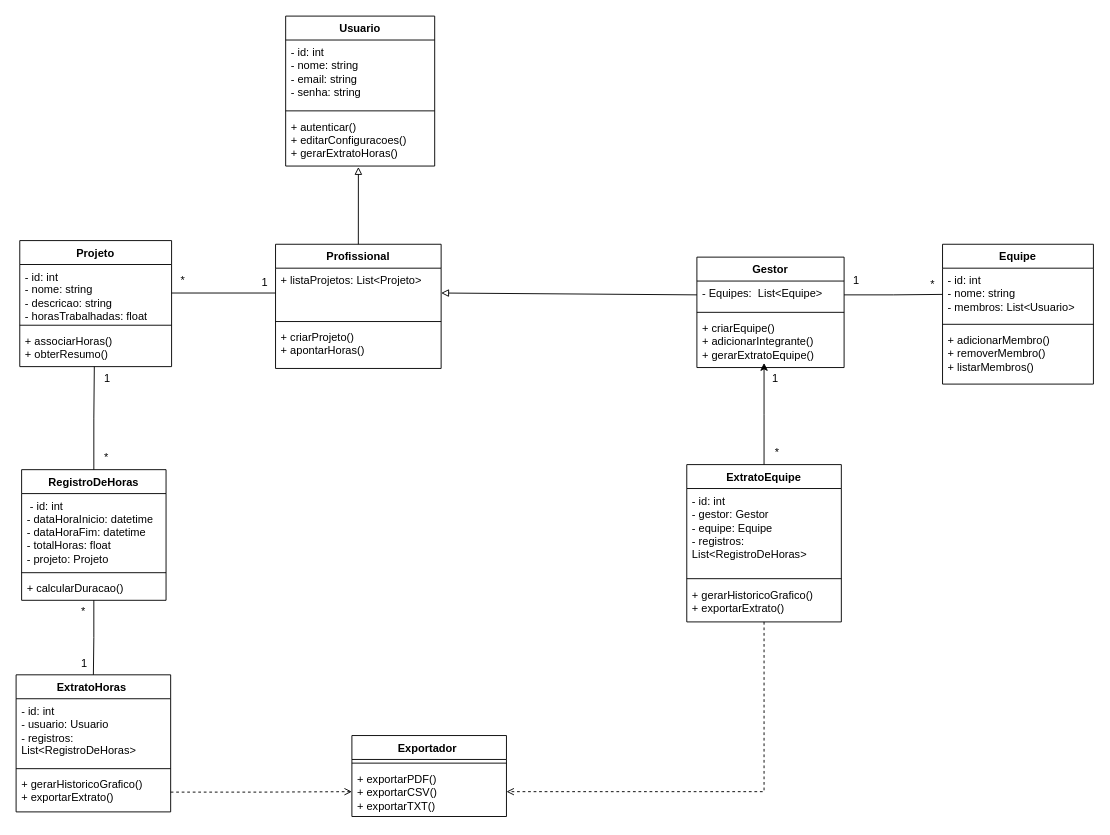
The draw.io diagram YourTime - DiagramaDeClasse.drawio in ManelGB/YourTime, before the edit. Source tidied: cells renumbered, new cells numbered last; positions are measured from the earlier drawing's top-left corner, leaving out a move shared by most shapes. Both pictures are drawn from the tidied source at 92%, with x=0, y=0 at pixel (16, 16).
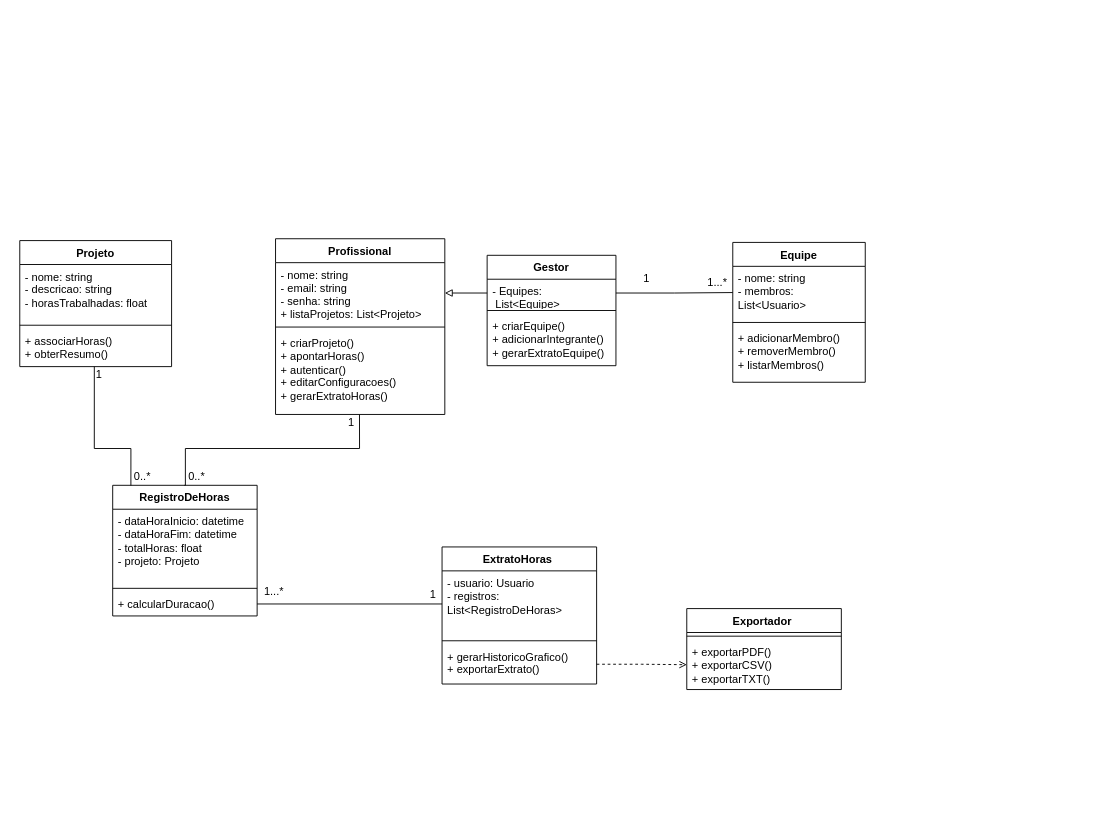
The same page after the edit.

Unchanged cells that the change refers to:
```xml
<mxCell id="15" value="Projeto" style="swimlane;fontStyle=1;align=center;verticalAlign=top;horizontal=1;startSize=26;whiteSpace=wrap;html=1;" parent="1" vertex="1">
  <mxGeometry x="4" y="244" width="165" height="137" as="geometry" />
</mxCell>
<mxCell id="18" value="&lt;div&gt;+ associarHoras()&lt;/div&gt;&lt;div&gt;+ obterResumo()&lt;/div&gt;" style="text;strokeColor=none;fillColor=none;align=left;verticalAlign=top;spacingLeft=4;spacingRight=4;overflow=hidden;points=[[0,0.5],[1,0.5]];portConstraint=eastwest;whiteSpace=wrap;html=1;" parent="15" vertex="1">
  <mxGeometry y="96" width="165" height="41" as="geometry" />
</mxCell>
<mxCell id="23" value="+ calcularDuracao()" style="text;strokeColor=none;fillColor=none;align=left;verticalAlign=top;spacingLeft=4;spacingRight=4;overflow=hidden;points=[[0,0.5],[1,0.5]];portConstraint=eastwest;whiteSpace=wrap;html=1;" parent="20" vertex="1">
  <mxGeometry y="116" width="157" height="26" as="geometry" />
</mxCell>
<mxCell id="31" value="&lt;div&gt;+ exportarPDF()&lt;/div&gt;&lt;div&gt;+ exportarCSV()&lt;/div&gt;&lt;div&gt;+ exportarTXT()&lt;/div&gt;" style="text;strokeColor=none;fillColor=none;align=left;verticalAlign=top;spacingLeft=4;spacingRight=4;overflow=hidden;points=[[0,0.5],[1,0.5]];portConstraint=eastwest;whiteSpace=wrap;html=1;" parent="29" vertex="1">
  <mxGeometry y="34" width="168" height="54" as="geometry" />
</mxCell>
```

Diff of the diagram source:
```diff
@@
-    <mxCell id="2" value="Usuario" style="swimlane;fontStyle=1;align=center;verticalAlign=top;horizontal=1;startSize=26;whiteSpace=wrap;html=1;" parent="1" vertex="1">
-      <mxGeometry x="293" width="162" height="163" as="geometry" />
-    </mxCell>
-    <mxCell id="3" value="&lt;div&gt;&lt;div&gt;- id: int&lt;/div&gt;&lt;div&gt;- nome: string&lt;/div&gt;&lt;div&gt;- email: string&lt;/div&gt;&lt;div&gt;- senha: string&lt;/div&gt;&lt;/div&gt;" style="text;strokeColor=none;fillColor=none;align=left;verticalAlign=top;spacingLeft=4;spacingRight=4;overflow=hidden;whiteSpace=wrap;html=1;" parent="2" vertex="1">
-      <mxGeometry y="26" width="162" height="73" as="geometry" />
-    </mxCell>
-    <mxCell id="4" style="line;strokeWidth=1;fillColor=none;align=left;verticalAlign=middle;spacingTop=-1;spacingLeft=3;spacingRight=3;labelPosition=right;strokeColor=inherit;" parent="2" vertex="1">
-      <mxGeometry y="99" width="162" height="8" as="geometry" />
-    </mxCell>
-    <mxCell id="5" value="&lt;div&gt;+ autenticar()&lt;/div&gt;&lt;div&gt;+ editarConfiguracoes()&lt;/div&gt;&lt;div&gt;+ gerarExtratoHoras()&lt;/div&gt;" style="text;strokeColor=none;fillColor=none;align=left;verticalAlign=top;spacingLeft=4;spacingRight=4;overflow=hidden;points=[[0,0.5],[1,0.5]];portConstraint=eastwest;whiteSpace=wrap;html=1;" parent="2" vertex="1">
-      <mxGeometry y="107" width="162" height="56" as="geometry" />
-    </mxCell>
     <mxCell id="6" value="Profissional" style="swimlane;fontStyle=1;align=center;verticalAlign=top;horizontal=1;startSize=26;whiteSpace=wrap;html=1;" parent="1" vertex="1">
-      <mxGeometry x="282" y="248" width="180" height="135" as="geometry" />
+      <mxGeometry x="282" y="242" width="184" height="191" as="geometry" />
     </mxCell>
-    <mxCell id="7" value="+ listaProjetos: List&amp;lt;Projeto&amp;gt;&lt;div&gt;&lt;br&gt;&lt;/div&gt;" style="text;strokeColor=none;fillColor=none;align=left;verticalAlign=top;spacingLeft=4;spacingRight=4;overflow=hidden;points=[[0,0.5],[1,0.5]];portConstraint=eastwest;whiteSpace=wrap;html=1;" parent="6" vertex="1">
-      <mxGeometry y="26" width="180" height="54" as="geometry" />
+    <mxCell id="7" value="&lt;div&gt;&lt;div&gt;&lt;span style=&quot;background-color: transparent; color: light-dark(rgb(0, 0, 0), rgb(255, 255, 255));&quot;&gt;- nome: string&lt;/span&gt;&lt;/div&gt;&lt;div&gt;- email: string&lt;/div&gt;&lt;div&gt;- senha: string&lt;/div&gt;&lt;/div&gt;+ listaProjetos: List&amp;lt;Projeto&amp;gt;&lt;div&gt;&lt;br&gt;&lt;/div&gt;" style="text;strokeColor=none;fillColor=none;align=left;verticalAlign=top;spacingLeft=4;spacingRight=4;overflow=hidden;points=[[0,0.5],[1,0.5]];portConstraint=eastwest;whiteSpace=wrap;html=1;" parent="6" vertex="1">
+      <mxGeometry y="26" width="184" height="66" as="geometry" />
     </mxCell>
     <mxCell id="8" style="line;strokeWidth=1;fillColor=none;align=left;verticalAlign=middle;spacingTop=-1;spacingLeft=3;spacingRight=3;labelPosition=right;strokeColor=inherit;" parent="6" vertex="1">
-      <mxGeometry y="80" width="180" height="8" as="geometry" />
+      <mxGeometry y="92" width="184" height="8" as="geometry" />
     </mxCell>
-    <mxCell id="9" value="+ criarProjeto()&lt;br&gt;+ apontarHoras()" style="text;strokeColor=none;fillColor=none;align=left;verticalAlign=top;spacingLeft=4;spacingRight=4;overflow=hidden;points=[[0,0.5],[1,0.5]];portConstraint=eastwest;whiteSpace=wrap;html=1;" parent="6" vertex="1">
-      <mxGeometry y="88" width="180" height="47" as="geometry" />
+    <mxCell id="9" value="+ criarProjeto()&lt;br&gt;+ apontarHoras()&lt;div&gt;&lt;div&gt;+ autenticar()&lt;/div&gt;&lt;div&gt;+ editarConfiguracoes()&lt;/div&gt;&lt;div&gt;+ gerarExtratoHoras()&lt;/div&gt;&lt;/div&gt;" style="text;strokeColor=none;fillColor=none;align=left;verticalAlign=top;spacingLeft=4;spacingRight=4;overflow=hidden;points=[[0,0.5],[1,0.5]];portConstraint=eastwest;whiteSpace=wrap;html=1;" parent="6" vertex="1">
+      <mxGeometry y="100" width="184" height="91" as="geometry" />
     </mxCell>
@@
     <mxCell id="11" value="Gestor" style="swimlane;fontStyle=1;align=center;verticalAlign=top;horizontal=1;startSize=26;whiteSpace=wrap;html=1;" parent="1" vertex="1">
-      <mxGeometry x="740" y="262" width="160" height="120" as="geometry" />
+      <mxGeometry x="512" y="260" width="140" height="120" as="geometry" />
     </mxCell>
     <mxCell id="12" value="- Equipes: &amp;nbsp;List&amp;lt;Equipe&amp;gt;&lt;div&gt;&lt;br&gt;&lt;/div&gt;" style="text;strokeColor=none;fillColor=none;align=left;verticalAlign=top;spacingLeft=4;spacingRight=4;overflow=hidden;points=[[0,0.5],[1,0.5]];portConstraint=eastwest;whiteSpace=wrap;html=1;" parent="11" vertex="1">
-      <mxGeometry y="26" width="160" height="30" as="geometry" />
+      <mxGeometry y="26" width="140" height="30" as="geometry" />
     </mxCell>
     <mxCell id="13" style="line;strokeWidth=1;fillColor=none;align=left;verticalAlign=middle;spacingTop=-1;spacingLeft=3;spacingRight=3;labelPosition=right;strokeColor=inherit;" parent="11" vertex="1">
-      <mxGeometry y="56" width="160" height="8" as="geometry" />
+      <mxGeometry y="56" width="140" height="8" as="geometry" />
     </mxCell>
     <mxCell id="14" value="&lt;div&gt;+ criarEquipe()&lt;/div&gt;&lt;div&gt;+ adicionarIntegrante()&lt;/div&gt;&lt;div&gt;+ gerarExtratoEquipe()&lt;/div&gt;" style="text;strokeColor=none;fillColor=none;align=left;verticalAlign=top;spacingLeft=4;spacingRight=4;overflow=hidden;whiteSpace=wrap;html=1;" parent="11" vertex="1">
-      <mxGeometry y="64" width="160" height="56" as="geometry" />
+      <mxGeometry y="64" width="140" height="56" as="geometry" />
     </mxCell>
@@
-    <mxCell id="16" value="&lt;div&gt;&lt;div&gt;- id: int&lt;/div&gt;&lt;div&gt;- nome: string&lt;/div&gt;&lt;div&gt;- descricao: string&lt;/div&gt;&lt;div&gt;- horasTrabalhadas: float&lt;/div&gt;&lt;/div&gt;" style="text;strokeColor=none;fillColor=none;align=left;verticalAlign=top;spacingLeft=4;spacingRight=4;overflow=hidden;points=[[0,0.5],[1,0.5]];portConstraint=eastwest;whiteSpace=wrap;html=1;" parent="15" vertex="1">
+    <mxCell id="16" value="&lt;div&gt;&lt;span style=&quot;background-color: transparent; color: light-dark(rgb(0, 0, 0), rgb(255, 255, 255));&quot;&gt;- nome: string&lt;/span&gt;&lt;/div&gt;&lt;div&gt;- descricao: string&lt;/div&gt;&lt;div&gt;- horasTrabalhadas: float&lt;br&gt;&lt;/div&gt;" style="text;strokeColor=none;fillColor=none;align=left;verticalAlign=top;spacingLeft=4;spacingRight=4;overflow=hidden;points=[[0,0.5],[1,0.5]];portConstraint=eastwest;whiteSpace=wrap;html=1;" parent="15" vertex="1">
       <mxGeometry y="26" width="165" height="62" as="geometry" />
     </mxCell>
@@
-    <mxCell id="19" style="rounded=0;jettySize=auto;html=1;exitX=0.5;exitY=0;exitDx=0;exitDy=0;entryX=0.488;entryY=1.018;entryDx=0;entryDy=0;entryPerimeter=0;endArrow=block;endFill=0;" parent="1" edge="1" source="6" target="5">
-      <mxGeometry relative="1" as="geometry" />
-    </mxCell>
     <mxCell id="20" value="RegistroDeHoras" style="swimlane;fontStyle=1;align=center;verticalAlign=top;horizontal=1;startSize=26;whiteSpace=wrap;html=1;" parent="1" vertex="1">
-      <mxGeometry x="6" y="493" width="157" height="142" as="geometry" />
+      <mxGeometry x="105" y="510" width="157" height="142" as="geometry" />
     </mxCell>
-    <mxCell id="21" value="&lt;div&gt;&amp;nbsp;- id: int&lt;/div&gt;&lt;div&gt;- dataHoraInicio: datetime&lt;/div&gt;&lt;div&gt;- dataHoraFim: datetime&lt;/div&gt;&lt;div&gt;- totalHoras: float&lt;/div&gt;&lt;div&gt;- projeto: Projeto&lt;/div&gt;" style="text;strokeColor=none;fillColor=none;align=left;verticalAlign=top;spacingLeft=4;spacingRight=4;overflow=hidden;whiteSpace=wrap;html=1;" parent="20" vertex="1">
+    <mxCell id="21" value="&lt;div&gt;&lt;span style=&quot;background-color: transparent; color: light-dark(rgb(0, 0, 0), rgb(255, 255, 255));&quot;&gt;- dataHoraInicio: datetime&lt;/span&gt;&lt;/div&gt;&lt;div&gt;- dataHoraFim: datetime&lt;/div&gt;&lt;div&gt;- totalHoras: float&lt;/div&gt;&lt;div&gt;- projeto: Projeto&lt;/div&gt;" style="text;strokeColor=none;fillColor=none;align=left;verticalAlign=top;spacingLeft=4;spacingRight=4;overflow=hidden;whiteSpace=wrap;html=1;" parent="20" vertex="1">
       <mxGeometry y="26" width="157" height="82" as="geometry" />
     </mxCell>
@@
     <mxCell id="24" value="ExtratoHoras&amp;nbsp;" style="swimlane;fontStyle=1;align=center;verticalAlign=top;horizontal=1;startSize=26;whiteSpace=wrap;html=1;" parent="1" vertex="1">
-      <mxGeometry y="716" width="168" height="149" as="geometry" />
+      <mxGeometry x="463" y="577" width="168" height="149" as="geometry" />
     </mxCell>
-    <mxCell id="25" value="&lt;div&gt;- id: int&lt;/div&gt;&lt;div&gt;- usuario: Usuario&lt;/div&gt;&lt;div&gt;- registros: List&amp;lt;RegistroDeHoras&amp;gt;&lt;/div&gt;" style="text;strokeColor=none;fillColor=none;align=left;verticalAlign=top;spacingLeft=4;spacingRight=4;overflow=hidden;points=[[0,0.5],[1,0.5]];portConstraint=eastwest;whiteSpace=wrap;html=1;" parent="24" vertex="1">
+    <mxCell id="25" value="&lt;div&gt;&lt;span style=&quot;background-color: transparent; color: light-dark(rgb(0, 0, 0), rgb(255, 255, 255));&quot;&gt;- usuario: Usuario&lt;/span&gt;&lt;/div&gt;&lt;div&gt;- registros: List&amp;lt;RegistroDeHoras&amp;gt;&lt;/div&gt;" style="text;strokeColor=none;fillColor=none;align=left;verticalAlign=top;spacingLeft=4;spacingRight=4;overflow=hidden;points=[[0,0.5],[1,0.5]];portConstraint=eastwest;whiteSpace=wrap;html=1;" parent="24" vertex="1">
       <mxGeometry y="26" width="168" height="72" as="geometry" />
     </mxCell>
@@
-    <mxCell id="28" style="edgeStyle=orthogonalEdgeStyle;rounded=0;jettySize=auto;html=1;exitX=1;exitY=0.5;exitDx=0;exitDy=0;entryX=0;entryY=0.5;entryDx=0;entryDy=0;endArrow=none;startFill=0;" parent="1" edge="1" source="16" target="7">
-      <mxGeometry relative="1" as="geometry" />
-    </mxCell>
     <mxCell id="29" value="Exportador&amp;nbsp;" style="swimlane;fontStyle=1;align=center;verticalAlign=top;horizontal=1;startSize=26;whiteSpace=wrap;html=1;" parent="1" vertex="1">
-      <mxGeometry x="365" y="782" width="168" height="88" as="geometry" />
+      <mxGeometry x="729" y="644" width="168" height="88" as="geometry" />
     </mxCell>
@@
-    <mxCell id="32" value="1" style="text;html=1;align=center;verticalAlign=middle;strokeColor=none;fillColor=none;" parent="1" vertex="1">
-      <mxGeometry x="257" y="277" width="25" height="26" as="geometry" />
-    </mxCell>
-    <mxCell id="33" value="*" style="text;html=1;align=center;verticalAlign=middle;strokeColor=none;fillColor=none;" parent="1" vertex="1">
-      <mxGeometry x="169" y="275" width="23" height="26" as="geometry" />
-    </mxCell>
     <mxCell id="34" value="Equipe" style="swimlane;fontStyle=1;align=center;verticalAlign=top;horizontal=1;startSize=26;whiteSpace=wrap;html=1;" parent="1" vertex="1">
-      <mxGeometry x="1007" y="248" width="164" height="152" as="geometry" />
+      <mxGeometry x="779" y="246" width="144" height="152" as="geometry" />
     </mxCell>
-    <mxCell id="35" value="&lt;div&gt;- id: int&lt;/div&gt;&lt;div&gt;- nome: string&lt;/div&gt;&lt;div&gt;- membros: List&amp;lt;Usuario&amp;gt;&lt;/div&gt;" style="text;strokeColor=none;fillColor=none;align=left;verticalAlign=top;spacingLeft=4;spacingRight=4;overflow=hidden;points=[[0,0.5],[1,0.5]];portConstraint=eastwest;whiteSpace=wrap;html=1;" parent="34" vertex="1">
-      <mxGeometry y="26" width="164" height="57" as="geometry" />
+    <mxCell id="35" value="&lt;div&gt;&lt;span style=&quot;background-color: transparent; color: light-dark(rgb(0, 0, 0), rgb(255, 255, 255));&quot;&gt;- nome: string&lt;/span&gt;&lt;/div&gt;&lt;div&gt;- membros: List&amp;lt;Usuario&amp;gt;&lt;/div&gt;" style="text;strokeColor=none;fillColor=none;align=left;verticalAlign=top;spacingLeft=4;spacingRight=4;overflow=hidden;points=[[0,0.5],[1,0.5]];portConstraint=eastwest;whiteSpace=wrap;html=1;" parent="34" vertex="1">
+      <mxGeometry y="26" width="144" height="57" as="geometry" />
     </mxCell>
     <mxCell id="36" style="line;strokeWidth=1;fillColor=none;align=left;verticalAlign=middle;spacingTop=-1;spacingLeft=3;spacingRight=3;labelPosition=right;strokeColor=inherit;" parent="34" vertex="1">
-      <mxGeometry y="83" width="164" height="8" as="geometry" />
+      <mxGeometry y="83" width="144" height="8" as="geometry" />
     </mxCell>
     <mxCell id="37" value="&lt;div&gt;+ adicionarMembro()&lt;/div&gt;&lt;div&gt;+ removerMembro()&lt;/div&gt;&lt;div&gt;+ listarMembros()&lt;/div&gt;&lt;div&gt;&lt;br&gt;&lt;/div&gt;" style="text;strokeColor=none;fillColor=none;align=left;verticalAlign=top;spacingLeft=4;spacingRight=4;overflow=hidden;whiteSpace=wrap;html=1;" parent="34" vertex="1">
-      <mxGeometry y="91" width="164" height="61" as="geometry" />
+      <mxGeometry y="91" width="144" height="61" as="geometry" />
     </mxCell>
-    <mxCell id="38" style="edgeStyle=orthogonalEdgeStyle;rounded=0;jettySize=auto;html=1;exitX=0.5;exitY=0;exitDx=0;exitDy=0;entryX=0.491;entryY=1;entryDx=0;entryDy=0;entryPerimeter=0;endArrow=none;startFill=0;" parent="1" edge="1" source="20" target="18">
-      <mxGeometry relative="1" as="geometry" />
+    <mxCell id="38" style="edgeStyle=orthogonalEdgeStyle;rounded=0;jettySize=auto;html=1;exitX=0.126;exitY=0.002;exitDx=0;exitDy=0;entryX=0.491;entryY=1;entryDx=0;entryDy=0;entryPerimeter=0;endArrow=none;startFill=0;exitPerimeter=0;" parent="1" edge="1" source="20" target="18">
+      <mxGeometry relative="1" as="geometry">
+        <Array as="points">
+          <mxPoint x="125" y="470" />
+          <mxPoint x="85" y="470" />
+        </Array>
+      </mxGeometry>
     </mxCell>
-    <mxCell id="39" value="1" style="text;html=1;align=center;verticalAlign=middle;strokeColor=none;fillColor=none;" parent="1" vertex="1">
-      <mxGeometry x="86" y="381" width="25" height="26" as="geometry" />
+    <mxCell id="39" value="0..*" style="text;html=1;align=center;verticalAlign=middle;strokeColor=none;fillColor=none;" parent="1" vertex="1">
+      <mxGeometry x="119" y="487.5" width="36" height="26" as="geometry" />
     </mxCell>
-    <mxCell id="40" value="*" style="text;html=1;align=center;verticalAlign=middle;strokeColor=none;fillColor=none;" parent="1" vertex="1">
-      <mxGeometry x="86" y="467" width="23" height="26" as="geometry" />
-    </mxCell>
@@
     <mxCell id="42" value="1" style="text;html=1;align=center;verticalAlign=middle;strokeColor=none;fillColor=none;" parent="1" vertex="1">
-      <mxGeometry x="900" y="275" width="25" height="26" as="geometry" />
+      <mxGeometry x="672" y="273" width="25" height="26" as="geometry" />
     </mxCell>
-    <mxCell id="43" value="*" style="text;html=1;align=center;verticalAlign=middle;strokeColor=none;fillColor=none;" parent="1" vertex="1">
-      <mxGeometry x="984" y="278.5" width="23" height="26" as="geometry" />
+    <mxCell id="43" value="1...*" style="text;html=1;align=center;verticalAlign=middle;strokeColor=none;fillColor=none;" parent="1" vertex="1">
+      <mxGeometry x="742" y="277" width="39" height="26" as="geometry" />
     </mxCell>
-    <mxCell id="44" style="edgeStyle=orthogonalEdgeStyle;rounded=0;jettySize=auto;html=1;endArrow=none;startFill=0;entryX=0.5;entryY=0;entryDx=0;entryDy=0;exitX=0.5;exitY=1;exitDx=0;exitDy=0;" parent="1" edge="1" source="20" target="24">
+    <mxCell id="44" style="edgeStyle=orthogonalEdgeStyle;rounded=0;jettySize=auto;html=1;endArrow=none;startFill=0;entryX=0;entryY=0.5;entryDx=0;entryDy=0;exitX=1;exitY=0.5;exitDx=0;exitDy=0;" parent="1" edge="1" source="23" target="25">
       <mxGeometry relative="1" as="geometry" />
     </mxCell>
@@
     <mxCell id="46" value="1" style="text;html=1;align=center;verticalAlign=middle;strokeColor=none;fillColor=none;" parent="1" vertex="1">
-      <mxGeometry x="61" y="691" width="25" height="26" as="geometry" />
+      <mxGeometry x="440" y="616" width="25" height="26" as="geometry" />
     </mxCell>
-    <mxCell id="47" value="*" style="text;html=1;align=center;verticalAlign=middle;strokeColor=none;fillColor=none;" parent="1" vertex="1">
-      <mxGeometry x="61" y="635" width="23" height="26" as="geometry" />
+    <mxCell id="47" value="1...*" style="text;html=1;align=center;verticalAlign=middle;strokeColor=none;fillColor=none;" parent="1" vertex="1">
+      <mxGeometry x="260" y="613" width="39" height="26" as="geometry" />
     </mxCell>
-    <mxCell id="48" value="ExtratoEquipe" style="swimlane;fontStyle=1;align=center;verticalAlign=top;horizontal=1;startSize=26;whiteSpace=wrap;html=1;" parent="1" vertex="1">
-      <mxGeometry x="729" y="487.5" width="168" height="171" as="geometry" />
-    </mxCell>
-    <mxCell id="49" value="&lt;div&gt;- id: int&lt;/div&gt;&lt;div&gt;- gestor: Gestor&lt;br&gt;- equipe: Equipe&lt;/div&gt;&lt;div&gt;- registros: List&amp;lt;RegistroDeHoras&amp;gt;&lt;/div&gt;" style="text;strokeColor=none;fillColor=none;align=left;verticalAlign=top;spacingLeft=4;spacingRight=4;overflow=hidden;whiteSpace=wrap;html=1;" parent="48" vertex="1">
-      <mxGeometry y="26" width="168" height="94" as="geometry" />
-    </mxCell>
-    <mxCell id="50" style="line;strokeWidth=1;fillColor=none;align=left;verticalAlign=middle;spacingTop=-1;spacingLeft=3;spacingRight=3;labelPosition=right;strokeColor=inherit;" parent="48" vertex="1">
-      <mxGeometry y="120" width="168" height="8" as="geometry" />
-    </mxCell>
-    <mxCell id="51" value="&lt;div&gt;+ gerarHistoricoGrafico()&lt;/div&gt;&lt;div&gt;+ exportarExtrato()&lt;/div&gt;" style="text;strokeColor=none;fillColor=none;align=left;verticalAlign=top;spacingLeft=4;spacingRight=4;overflow=hidden;whiteSpace=wrap;html=1;" parent="48" vertex="1">
-      <mxGeometry y="128" width="168" height="43" as="geometry" />
-    </mxCell>
-    <mxCell id="52" style="edgeStyle=orthogonalEdgeStyle;rounded=0;jettySize=auto;html=1;exitX=0.5;exitY=0;exitDx=0;exitDy=0;" parent="1" edge="1" source="48">
-      <mxGeometry relative="1" as="geometry">
-        <mxPoint x="813" y="377" as="targetPoint" />
-      </mxGeometry>
-    </mxCell>
-    <mxCell id="53" value="1" style="text;html=1;align=center;verticalAlign=middle;strokeColor=none;fillColor=none;" parent="1" vertex="1">
-      <mxGeometry x="812" y="381" width="25" height="26" as="geometry" />
-    </mxCell>
-    <mxCell id="54" value="*" style="text;html=1;align=center;verticalAlign=middle;strokeColor=none;fillColor=none;" parent="1" vertex="1">
-      <mxGeometry x="815" y="461.5" width="23" height="26" as="geometry" />
-    </mxCell>
-    <mxCell id="55" style="edgeStyle=orthogonalEdgeStyle;rounded=0;jettySize=auto;html=1;entryX=1;entryY=0.5;entryDx=0;entryDy=0;endArrow=open;startFill=0;dashed=1;endFill=0;exitX=0.5;exitY=1;exitDx=0;exitDy=0;" parent="1" edge="1" source="48" target="31">
-      <mxGeometry relative="1" as="geometry">
-        <Array as="points">
-          <mxPoint x="813" y="843" />
-        </Array>
-      </mxGeometry>
-    </mxCell>
+    <mxCell id="56" style="edgeStyle=orthogonalEdgeStyle;rounded=0;jettySize=auto;html=1;entryX=0.496;entryY=1.003;entryDx=0;entryDy=0;entryPerimeter=0;endArrow=none;startFill=0;" parent="1" edge="1" target="9">
+      <mxGeometry relative="1" as="geometry">
+        <mxPoint x="183" y="510" as="sourcePoint" />
+        <Array as="points">
+          <mxPoint x="184" y="510" />
+          <mxPoint x="184" y="470" />
+          <mxPoint x="373" y="470" />
+        </Array>
+      </mxGeometry>
+    </mxCell>
+    <mxCell id="57" value="1" style="text;html=1;align=center;verticalAlign=middle;strokeColor=none;fillColor=none;" parent="1" vertex="1">
+      <mxGeometry x="77" y="377" width="25" height="26" as="geometry" />
+    </mxCell>
+    <mxCell id="58" value="0..*" style="text;html=1;align=center;verticalAlign=middle;strokeColor=none;fillColor=none;" parent="1" vertex="1">
+      <mxGeometry x="178" y="487.5" width="36" height="26" as="geometry" />
+    </mxCell>
+    <mxCell id="59" value="1" style="text;html=1;align=center;verticalAlign=middle;strokeColor=none;fillColor=none;" parent="1" vertex="1">
+      <mxGeometry x="351" y="429" width="25" height="26" as="geometry" />
+    </mxCell>
```
